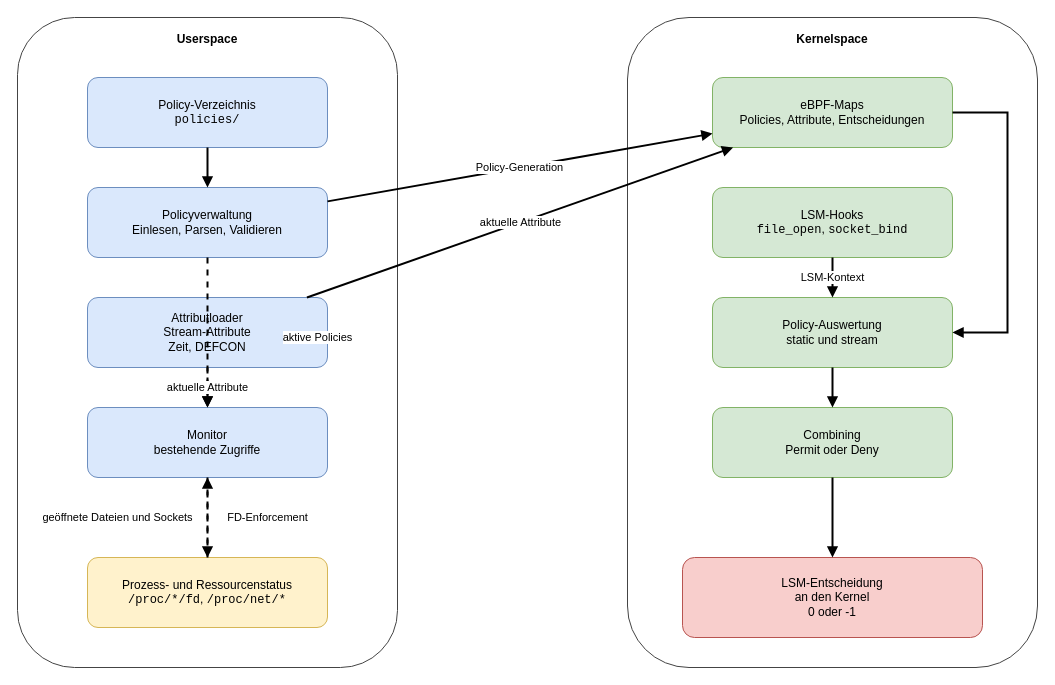
This is thesis/architecture.drawio from KchChr/tails-pdp, a draw.io file, before an edit. Source tidied: cells renumbered, new cells numbered last; positions are measured from the earlier drawing's top-left corner, leaving out a move shared by most shapes. Both pictures are drawn from the tidied source at 100%, with x=0, y=0 at pixel (17, 17).
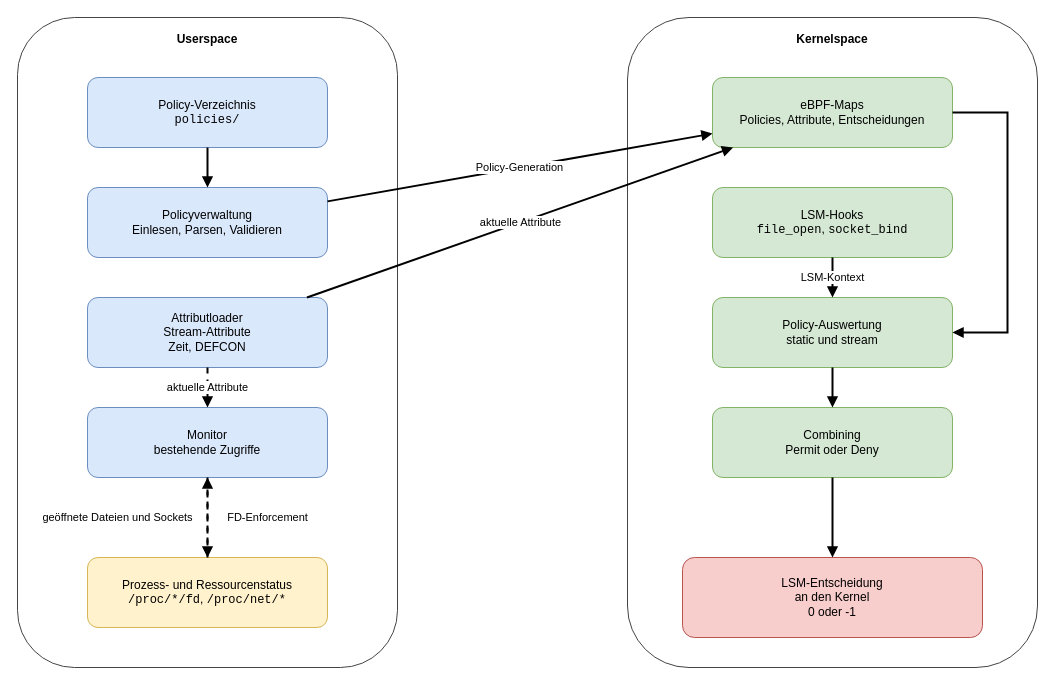
After the change.

Unchanged cells that the change refers to:
```xml
<mxCell id="5" value="Policyverwaltung&lt;br&gt;Einlesen, Parsen, Validieren" style="rounded=1;whiteSpace=wrap;html=1;fillColor=#dae8fc;strokeColor=#6c8ebf;" parent="1" vertex="1">
  <mxGeometry x="70" y="170" width="240" height="70" as="geometry" />
</mxCell>
<mxCell id="7" value="Monitor&lt;br&gt;bestehende Zugriffe" style="rounded=1;whiteSpace=wrap;html=1;fillColor=#dae8fc;strokeColor=#6c8ebf;" parent="1" vertex="1">
  <mxGeometry x="70" y="390" width="240" height="70" as="geometry" />
</mxCell>
```

Change to the diagram source:
```diff
@@
-    <mxCell id="21" value="aktive Policies" style="endArrow=block;html=1;rounded=0;strokeWidth=2;dashed=1;" parent="1" edge="1" source="5" target="7">
-      <mxGeometry x="0.07" y="110" relative="1" as="geometry" />
-    </mxCell>
```
